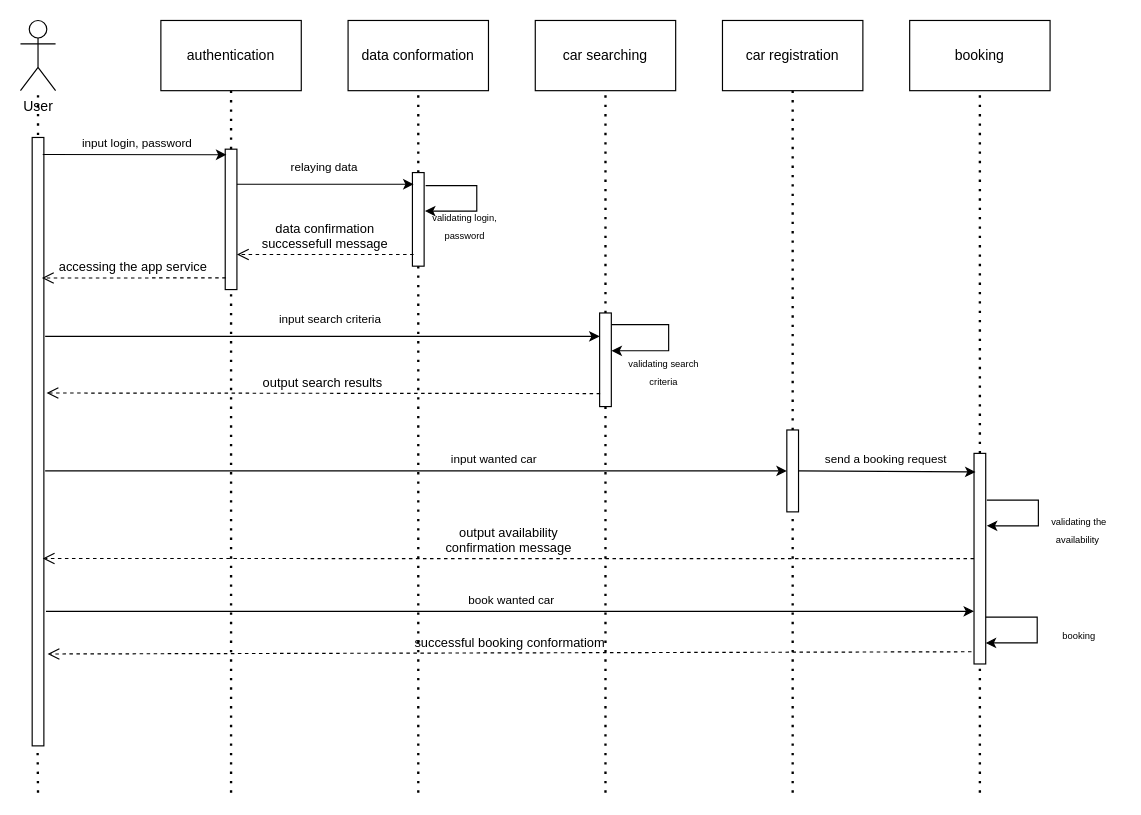
Above: диаграмма взаимодейтвия.drawio in AbdullinaLR/UML (draw.io), before the change. Source tidied: cells renumbered, new cells numbered last; positions are measured from the earlier drawing's top-left corner, leaving out a move shared by most shapes. Both pictures are drawn from the tidied source at 117%, with x=0, y=0 at pixel (20, 20).
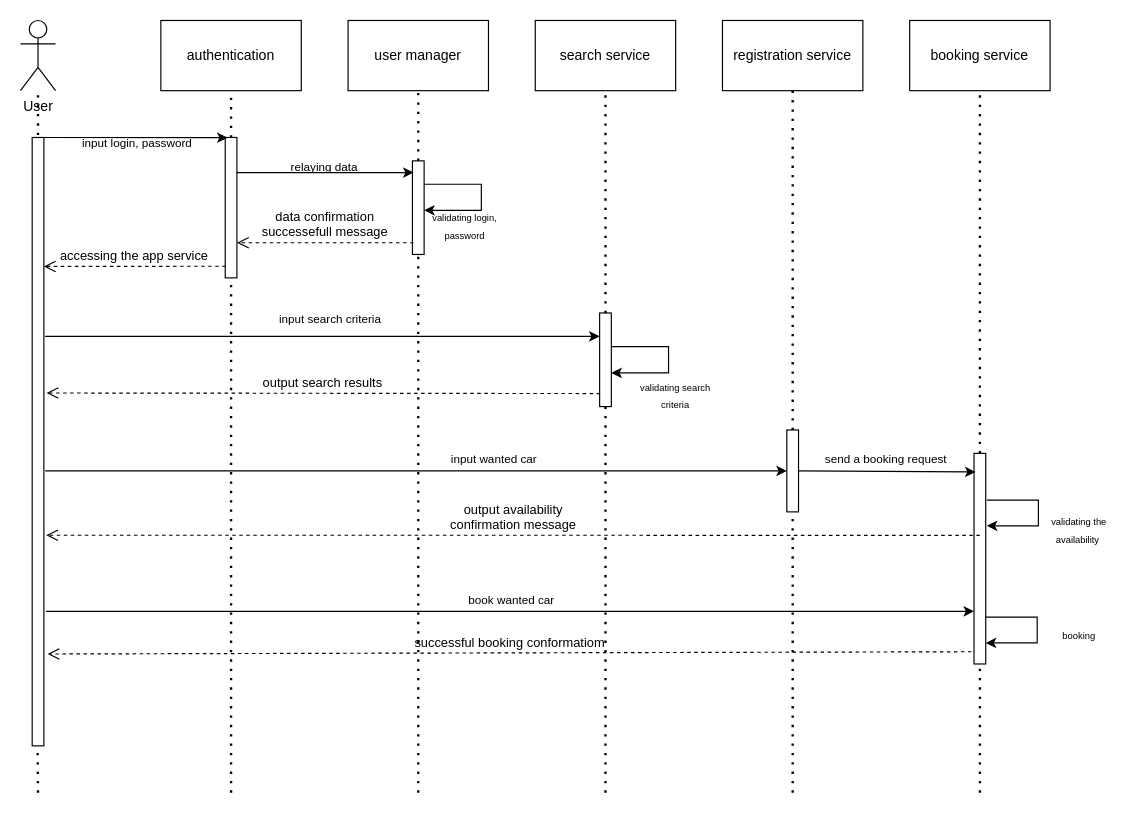
The same page after the edit.

The change refers to these unchanged cells:
```xml
<mxCell id="8" style="rounded=0;whiteSpace=wrap;html=1;" parent="1" vertex="1">
  <mxGeometry x="10" y="100" width="10" height="520" as="geometry" />
</mxCell>
<mxCell id="21" style="rounded=0;whiteSpace=wrap;html=1;" parent="1" vertex="1">
  <mxGeometry x="495" y="250" width="10" height="80" as="geometry" />
</mxCell>
<mxCell id="30" style="rounded=0;whiteSpace=wrap;html=1;" parent="1" vertex="1">
  <mxGeometry x="815" y="370" width="10" height="180" as="geometry" />
</mxCell>
```

Change to the diagram source:
```diff
@@
-    <mxCell id="4" value="data conformation" style="rounded=0;whiteSpace=wrap;html=1;" parent="1" vertex="1">
+    <mxCell id="4" value="user manager" style="rounded=0;whiteSpace=wrap;html=1;" parent="1" vertex="1">
       <mxGeometry x="280" width="120" height="60" as="geometry" />
     </mxCell>
-    <mxCell id="5" value="car searching" style="rounded=0;whiteSpace=wrap;html=1;" parent="1" vertex="1">
+    <mxCell id="5" value="search service" style="rounded=0;whiteSpace=wrap;html=1;" parent="1" vertex="1">
       <mxGeometry x="440" width="120" height="60" as="geometry" />
     </mxCell>
-    <mxCell id="6" value="car registration" style="rounded=0;whiteSpace=wrap;html=1;" parent="1" vertex="1">
+    <mxCell id="6" value="registration service" style="rounded=0;whiteSpace=wrap;html=1;" parent="1" vertex="1">
       <mxGeometry x="600" width="120" height="60" as="geometry" />
     </mxCell>
-    <mxCell id="7" value="booking" style="rounded=0;whiteSpace=wrap;html=1;" parent="1" vertex="1">
+    <mxCell id="7" value="booking service" style="rounded=0;whiteSpace=wrap;html=1;" parent="1" vertex="1">
       <mxGeometry x="760" width="120" height="60" as="geometry" />
     </mxCell>
@@
     <mxCell id="9" style="rounded=0;whiteSpace=wrap;html=1;" parent="1" vertex="1">
-      <mxGeometry x="175" y="110" width="10" height="120" as="geometry" />
+      <mxGeometry x="175" y="100" width="10" height="120" as="geometry" />
     </mxCell>
@@
-    <mxCell id="11" style="edgeStyle=orthogonalEdgeStyle;rounded=0;orthogonalLoop=1;jettySize=auto;html=1;exitX=1.129;exitY=0.139;exitDx=0;exitDy=0;exitPerimeter=0;entryX=1.071;entryY=0.411;entryDx=0;entryDy=0;entryPerimeter=0;" parent="1" edge="1" source="12" target="12">
-      <mxGeometry relative="1" as="geometry">
-        <Array as="points">
-          <mxPoint x="390" y="141" />
-          <mxPoint x="390" y="163" />
-        </Array>
-      </mxGeometry>
-    </mxCell>
     <mxCell id="12" style="rounded=0;whiteSpace=wrap;html=1;" parent="1" vertex="1">
-      <mxGeometry x="335" y="130" width="10" height="80" as="geometry" />
+      <mxGeometry x="335" y="120" width="10" height="80" as="geometry" />
     </mxCell>
-    <mxCell id="13" style="endArrow=classic;html=1;rounded=0;exitX=0.903;exitY=0.028;exitDx=0;exitDy=0;exitPerimeter=0;entryX=0.1;entryY=0.04;entryDx=0;entryDy=0;entryPerimeter=0;" parent="1" edge="1" source="8" target="9">
-      <mxGeometry relative="1" as="geometry" />
+    <mxCell id="13" style="endArrow=classic;html=1;rounded=0;exitX=0.903;exitY=0.028;exitDx=0;exitDy=0;exitPerimeter=0;entryX=0.1;entryY=0.04;entryDx=0;entryDy=0;entryPerimeter=0;" parent="1" edge="1">
+      <mxGeometry relative="1" as="geometry">
+        <mxPoint x="20" y="100" as="sourcePoint" />
+        <mxPoint x="177" y="100.2" as="targetPoint" />
+      </mxGeometry>
     </mxCell>
@@
-    <mxCell id="18" value="accessing the app service" style="html=1;verticalAlign=bottom;endArrow=open;dashed=1;endSize=8;curved=0;rounded=0;exitX=0.043;exitY=0.917;exitDx=0;exitDy=0;exitPerimeter=0;entryX=0.834;entryY=0.231;entryDx=0;entryDy=0;entryPerimeter=0;" parent="1" edge="1" source="9" target="8">
+    <mxCell id="18" value="accessing the app service" style="html=1;verticalAlign=bottom;endArrow=open;dashed=1;endSize=8;curved=0;rounded=0;exitX=0.043;exitY=0.917;exitDx=0;exitDy=0;exitPerimeter=0;entryX=1;entryY=0.212;entryDx=0;entryDy=0;entryPerimeter=0;" parent="1" edge="1" source="9" target="8">
       <mxGeometry relative="1" as="geometry" />
     </mxCell>
@@
-    <mxCell id="26" style="edgeStyle=orthogonalEdgeStyle;rounded=0;orthogonalLoop=1;jettySize=auto;html=1;entryX=1.014;entryY=0.404;entryDx=0;entryDy=0;entryPerimeter=0;exitX=1.014;exitY=0.125;exitDx=0;exitDy=0;exitPerimeter=0;" parent="1" edge="1" source="21" target="21">
+    <mxCell id="26" style="edgeStyle=orthogonalEdgeStyle;rounded=0;orthogonalLoop=1;jettySize=auto;html=1;entryX=1.014;entryY=0.404;entryDx=0;entryDy=0;entryPerimeter=0;exitX=1.014;exitY=0.125;exitDx=0;exitDy=0;exitPerimeter=0;" parent="1" edge="1">
       <mxGeometry relative="1" as="geometry">
+        <mxPoint x="505" y="278.8" as="sourcePoint" />
+        <mxPoint x="505" y="301.2" as="targetPoint" />
         <Array as="points">
-          <mxPoint x="554" y="260" />
-          <mxPoint x="554" y="282" />
+          <mxPoint x="553.9" y="278.8" />
+          <mxPoint x="553.9" y="300.8" />
         </Array>
       </mxGeometry>
     </mxCell>
     <mxCell id="27" value="&lt;font style=&quot;&quot;&gt;&lt;font style=&quot;font-size: 8px;&quot;&gt;validating&amp;nbsp;search criteria&lt;/font&gt;&lt;br&gt;&lt;/font&gt;" style="text;html=1;align=center;verticalAlign=middle;whiteSpace=wrap;rounded=0;" parent="1" vertex="1">
-      <mxGeometry x="520" y="290" width="60" height="20" as="geometry" />
+      <mxGeometry x="530" y="310" width="60" height="20" as="geometry" />
     </mxCell>
@@
-    <mxCell id="39" value="output availability&lt;br&gt;confirmation message" style="html=1;verticalAlign=bottom;endArrow=open;dashed=1;endSize=8;curved=0;rounded=0;exitX=0;exitY=0.5;exitDx=0;exitDy=0;entryX=0.903;entryY=0.692;entryDx=0;entryDy=0;entryPerimeter=0;" parent="1" edge="1" source="30" target="8">
-      <mxGeometry relative="1" as="geometry" />
+    <mxCell id="39" value="output availability&lt;br&gt;confirmation message" style="html=1;verticalAlign=bottom;endArrow=open;dashed=1;endSize=8;curved=0;rounded=0;entryX=0.903;entryY=0.692;entryDx=0;entryDy=0;entryPerimeter=0;exitX=0.5;exitY=0.389;exitDx=0;exitDy=0;exitPerimeter=0;" parent="1" edge="1" source="30">
+      <mxGeometry relative="1" as="geometry">
+        <mxPoint x="22" y="440" as="targetPoint" />
+      </mxGeometry>
     </mxCell>
@@
+    <mxCell id="51" style="edgeStyle=orthogonalEdgeStyle;rounded=0;orthogonalLoop=1;jettySize=auto;html=1;entryX=1.014;entryY=0.404;entryDx=0;entryDy=0;entryPerimeter=0;exitX=1.014;exitY=0.125;exitDx=0;exitDy=0;exitPerimeter=0;" parent="1" edge="1">
+      <mxGeometry relative="1" as="geometry">
+        <mxPoint x="345" y="140" as="sourcePoint" />
+        <mxPoint x="345" y="162.3" as="targetPoint" />
+        <Array as="points">
+          <mxPoint x="393.9" y="140" />
+          <mxPoint x="393.9" y="162" />
+        </Array>
+      </mxGeometry>
+    </mxCell>
```
